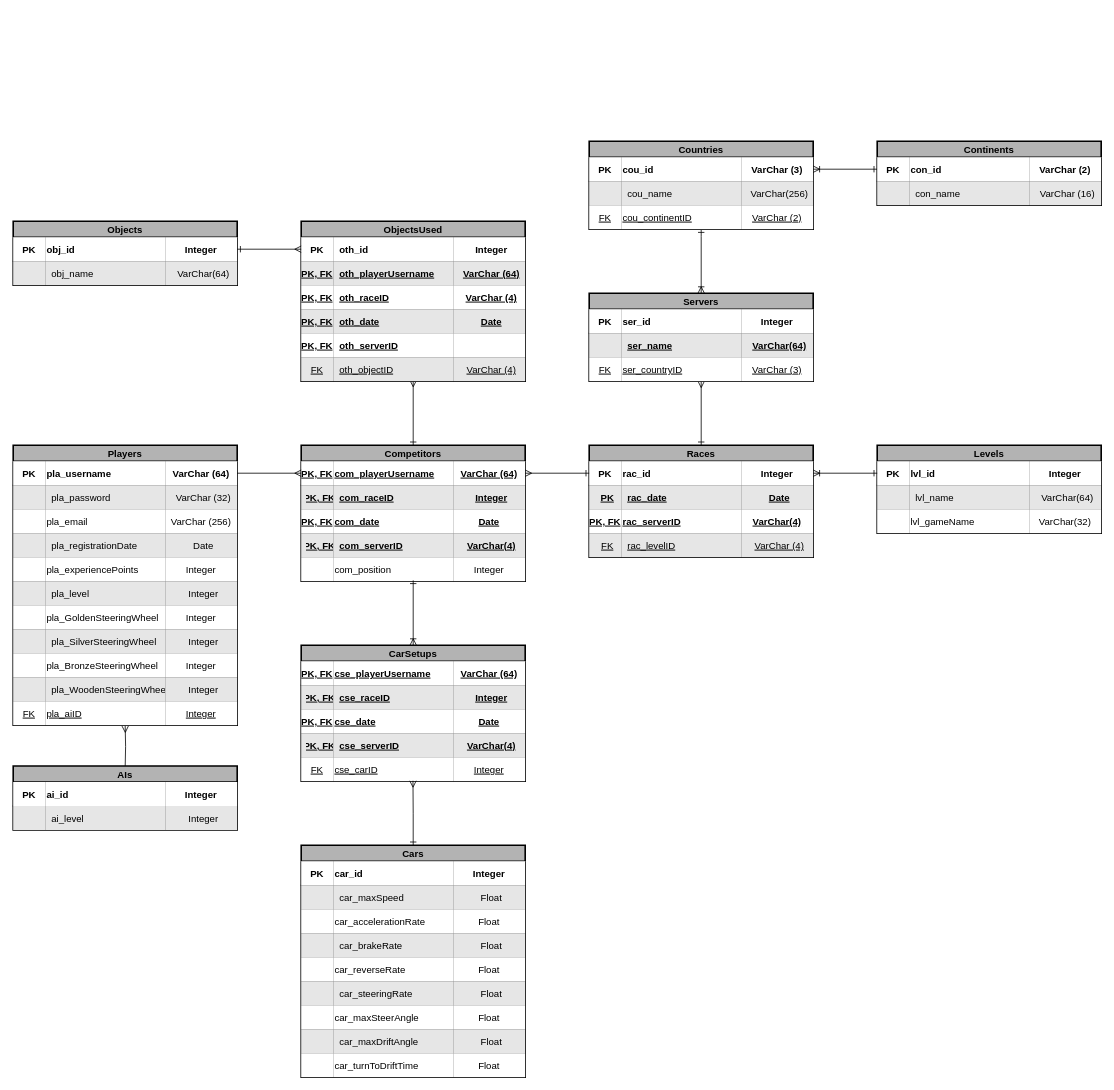
eespunes/Desarrollo-de-un-Prototipo-de-Videojuego-en-Red keeps this draw.io diagram as page "Base de Datos" (3 of 3) of Documentación/Diseño/Diagramas.drawio. Above is the earlier version. Source tidied: cells renumbered, new cells numbered last; positions are measured from the earlier drawing's top-left corner, leaving out a move shared by most shapes. Both pictures are drawn from the tidied source at 80%, with x=0, y=0 at pixel (13, 141).
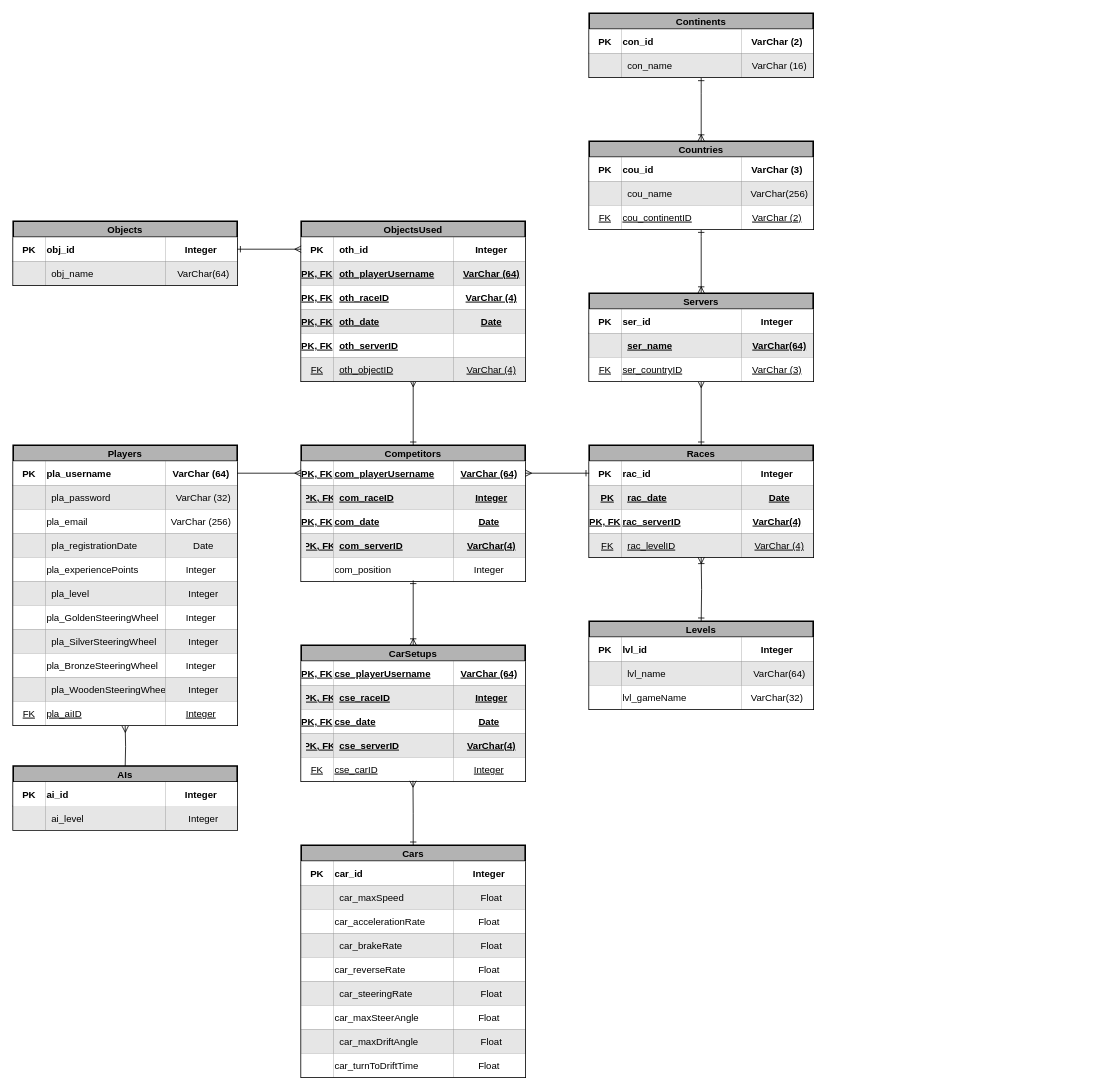
Above is the later version.

The change refers to these unchanged cells:
```xml
<mxCell id="49" style="shape=partialRectangle;fillColor=none;top=0;left=0;bottom=1;right=0;points=[[0,0.5],[1,0.5]];portConstraint=eastwest;" parent="48" vertex="1">
  <mxGeometry y="20" width="280" height="30" as="geometry" />
</mxCell>
<mxCell id="90" value="Countries" style="shape=table;startSize=20;childLayout=tableLayout;rowLines=1;fontStyle=1;align=center;fillColor=#B3B3B3;strokeWidth=2;" parent="1" vertex="1">
  <mxGeometry x="720" width="280" height="110" as="geometry" />
</mxCell>
<mxCell id="91" style="shape=partialRectangle;fillColor=none;top=0;left=0;bottom=1;right=0;points=[[0,0.5],[1,0.5]];portConstraint=eastwest;" parent="90" vertex="1">
  <mxGeometry y="20" width="280" height="30" as="geometry" />
</mxCell>
<mxCell id="105" style="shape=partialRectangle;fillColor=none;top=0;left=0;bottom=1;right=0;points=[[0,0.5],[1,0.5]];portConstraint=eastwest;" parent="104" vertex="1">
  <mxGeometry y="20" width="280" height="30" as="geometry" />
</mxCell>
<mxCell id="109" style="shape=partialRectangle;fillColor=none;top=0;left=0;bottom=0;right=0;points=[[0,0.5],[1,0.5]];portConstraint=eastwest;" parent="104" vertex="1">
  <mxGeometry y="50" width="280" height="30" as="geometry" />
</mxCell>
<mxCell id="196" style="shape=partialRectangle;fillColor=none;top=0;left=0;bottom=1;right=0;points=[[0,0.5],[1,0.5]];portConstraint=eastwest;" parent="195" vertex="1">
  <mxGeometry y="20" width="280" height="30" as="geometry" />
</mxCell>
```

What changed in the source:
```diff
@@
-    <mxCell id="103" style="edgeStyle=orthogonalEdgeStyle;rounded=0;jettySize=auto;html=1;exitX=0;exitY=0.5;exitDx=0;exitDy=0;entryX=1;entryY=0.5;entryDx=0;entryDy=0;startArrow=ERone;startFill=0;endArrow=ERoneToMany;endFill=0;" parent="1" edge="1" source="105" target="91">
-      <mxGeometry relative="1" as="geometry" />
+    <mxCell id="103" style="edgeStyle=orthogonalEdgeStyle;rounded=0;jettySize=auto;html=1;exitX=0.5;exitY=1.011;exitDx=0;exitDy=0;entryX=0.5;entryY=0;entryDx=0;entryDy=0;startArrow=ERone;startFill=0;endArrow=ERoneToMany;endFill=0;exitPerimeter=0;" parent="1" edge="1" source="109" target="90">
+      <mxGeometry relative="1" as="geometry">
+        <Array as="points">
+          <mxPoint x="860" y="-60" />
+          <mxPoint x="860" y="-60" />
+        </Array>
+      </mxGeometry>
     </mxCell>
     <mxCell id="104" value="Continents" style="shape=table;startSize=20;childLayout=tableLayout;rowLines=1;fontStyle=1;align=center;strokeWidth=2;fillColor=#B3B3B3;" parent="1" vertex="1">
-      <mxGeometry x="1080" width="280" height="80" as="geometry" />
+      <mxGeometry x="720" y="-160" width="280" height="80" as="geometry" />
     </mxCell>
@@
     <mxCell id="195" value="Levels" style="shape=table;startSize=20;childLayout=tableLayout;rowLines=1;fontStyle=1;align=center;strokeWidth=2;fillColor=#B3B3B3;" parent="1" vertex="1">
-      <mxGeometry x="1080" y="380" width="280" height="110" as="geometry" />
+      <mxGeometry x="720" y="600" width="280" height="110" as="geometry" />
     </mxCell>
@@
-    <mxCell id="208" style="edgeStyle=orthogonalEdgeStyle;rounded=0;jettySize=auto;html=1;exitX=1;exitY=0.5;exitDx=0;exitDy=0;entryX=0;entryY=0.5;entryDx=0;entryDy=0;startArrow=ERoneToMany;startFill=0;endArrow=ERone;endFill=0;" parent="1" edge="1" source="49" target="196">
-      <mxGeometry relative="1" as="geometry" />
+    <mxCell id="208" style="edgeStyle=orthogonalEdgeStyle;rounded=0;jettySize=auto;html=1;entryX=0.5;entryY=0;entryDx=0;entryDy=0;startArrow=ERoneToMany;startFill=0;endArrow=ERone;endFill=0;" parent="1" edge="1" target="195">
+      <mxGeometry relative="1" as="geometry">
+        <mxPoint x="860" y="520" as="sourcePoint" />
+      </mxGeometry>
     </mxCell>
```
